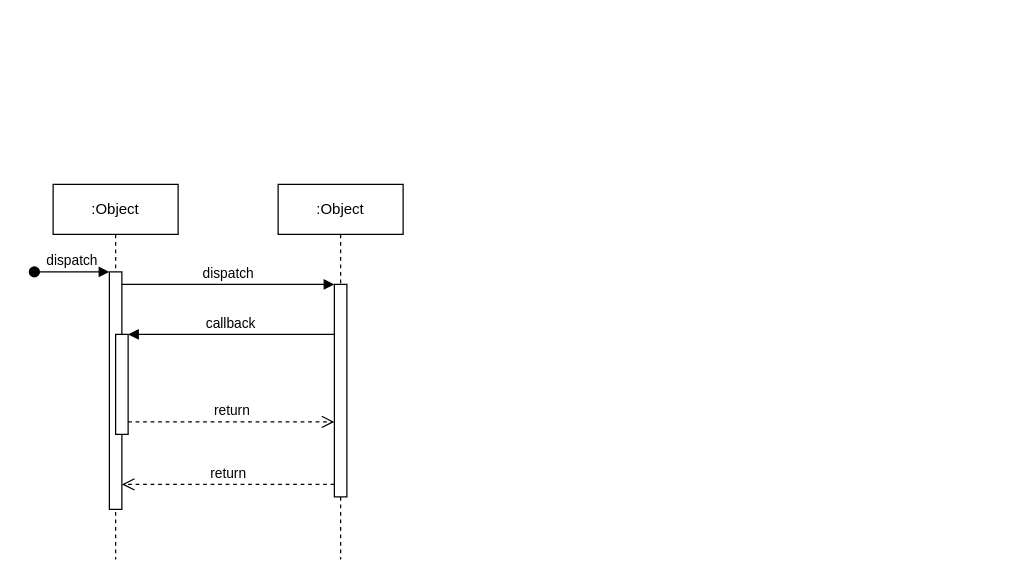
Before: Best Practice/Flutter Design Pattern Bloc Architecture.drawio in fadlurahmanfdev/draw_io, a draw.io diagram. Source tidied: cells renumbered, new cells numbered last; positions are measured from the earlier drawing's top-left corner, leaving out a move shared by most shapes. Both pictures are drawn from the tidied source at 125%, with x=0, y=0 at pixel (34, 184).
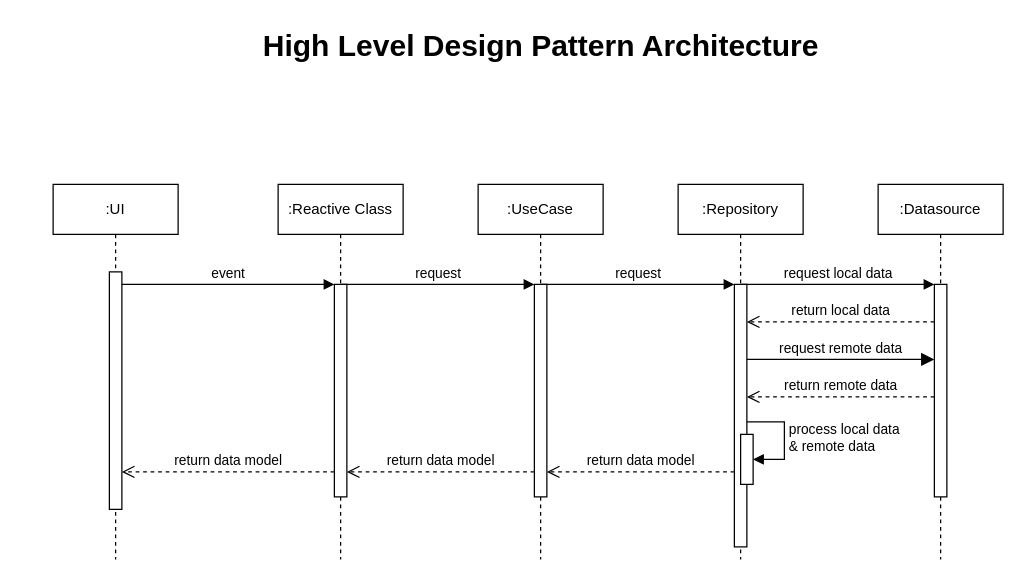
After the change.

The change refers to these unchanged cells:
```xml
<mxCell id="3" style="html=1;points=[];perimeter=orthogonalPerimeter;outlineConnect=0;targetShapes=umlLifeline;portConstraint=eastwest;newEdgeStyle={&quot;edgeStyle&quot;:&quot;elbowEdgeStyle&quot;,&quot;elbow&quot;:&quot;vertical&quot;,&quot;curved&quot;:0,&quot;rounded&quot;:0};" parent="2" vertex="1">
  <mxGeometry x="45" y="70" width="10" height="190" as="geometry" />
</mxCell>
<mxCell id="7" style="html=1;points=[];perimeter=orthogonalPerimeter;outlineConnect=0;targetShapes=umlLifeline;portConstraint=eastwest;newEdgeStyle={&quot;edgeStyle&quot;:&quot;elbowEdgeStyle&quot;,&quot;elbow&quot;:&quot;vertical&quot;,&quot;curved&quot;:0,&quot;rounded&quot;:0};" parent="6" vertex="1">
  <mxGeometry x="45" y="80" width="10" height="170" as="geometry" />
</mxCell>
```

Change to the diagram source:
```diff
@@
-    <mxCell id="2" value=":Object" style="shape=umlLifeline;perimeter=lifelinePerimeter;whiteSpace=wrap;html=1;newEdgeStyle={&quot;edgeStyle&quot;:&quot;elbowEdgeStyle&quot;,&quot;elbow&quot;:&quot;vertical&quot;,&quot;curved&quot;:0,&quot;rounded&quot;:0};" parent="1" vertex="1">
+    <mxCell id="2" value=":UI" style="shape=umlLifeline;perimeter=lifelinePerimeter;whiteSpace=wrap;html=1;newEdgeStyle={&quot;edgeStyle&quot;:&quot;elbowEdgeStyle&quot;,&quot;elbow&quot;:&quot;vertical&quot;,&quot;curved&quot;:0,&quot;rounded&quot;:0};" parent="1" vertex="1">
       <mxGeometry x="15" width="100" height="300" as="geometry" />
     </mxCell>
@@
-    <mxCell id="4" value="dispatch" style="html=1;verticalAlign=bottom;startArrow=oval;endArrow=block;startSize=8;edgeStyle=elbowEdgeStyle;elbow=vertical;curved=0;rounded=0;" parent="2" edge="1" target="3">
-      <mxGeometry relative="1" as="geometry">
-        <mxPoint x="-15" y="70" as="sourcePoint" />
-      </mxGeometry>
-    </mxCell>
-    <mxCell id="5" style="html=1;points=[];perimeter=orthogonalPerimeter;outlineConnect=0;targetShapes=umlLifeline;portConstraint=eastwest;newEdgeStyle={&quot;edgeStyle&quot;:&quot;elbowEdgeStyle&quot;,&quot;elbow&quot;:&quot;vertical&quot;,&quot;curved&quot;:0,&quot;rounded&quot;:0};" parent="2" vertex="1">
-      <mxGeometry x="50" y="120" width="10" height="80" as="geometry" />
-    </mxCell>
-    <mxCell id="6" value=":Object" style="shape=umlLifeline;perimeter=lifelinePerimeter;whiteSpace=wrap;html=1;newEdgeStyle={&quot;edgeStyle&quot;:&quot;elbowEdgeStyle&quot;,&quot;elbow&quot;:&quot;vertical&quot;,&quot;curved&quot;:0,&quot;rounded&quot;:0};" parent="1" vertex="1">
+    <mxCell id="6" value=":Reactive Class" style="shape=umlLifeline;perimeter=lifelinePerimeter;whiteSpace=wrap;html=1;newEdgeStyle={&quot;edgeStyle&quot;:&quot;elbowEdgeStyle&quot;,&quot;elbow&quot;:&quot;vertical&quot;,&quot;curved&quot;:0,&quot;rounded&quot;:0};" parent="1" vertex="1">
       <mxGeometry x="195" width="100" height="300" as="geometry" />
     </mxCell>
@@
-    <mxCell id="8" value="dispatch" style="html=1;verticalAlign=bottom;endArrow=block;edgeStyle=elbowEdgeStyle;elbow=vertical;curved=0;rounded=0;" parent="1" edge="1" source="3" target="7">
+    <mxCell id="8" value="event" style="html=1;verticalAlign=bottom;endArrow=block;edgeStyle=elbowEdgeStyle;elbow=vertical;curved=0;rounded=0;endFill=1;" parent="1" edge="1" source="3" target="7">
       <mxGeometry relative="1" as="geometry">
         <Array as="points">
           <mxPoint x="155" y="80" />
         </Array>
       </mxGeometry>
     </mxCell>
+    <mxCell id="12" value=":UseCase" style="shape=umlLifeline;perimeter=lifelinePerimeter;whiteSpace=wrap;html=1;newEdgeStyle={&quot;edgeStyle&quot;:&quot;elbowEdgeStyle&quot;,&quot;elbow&quot;:&quot;vertical&quot;,&quot;curved&quot;:0,&quot;rounded&quot;:0};" parent="1" vertex="1">
+      <mxGeometry x="355" width="100" height="300" as="geometry" />
+    </mxCell>
+    <mxCell id="13" style="html=1;points=[];perimeter=orthogonalPerimeter;outlineConnect=0;targetShapes=umlLifeline;portConstraint=eastwest;newEdgeStyle={&quot;edgeStyle&quot;:&quot;elbowEdgeStyle&quot;,&quot;elbow&quot;:&quot;vertical&quot;,&quot;curved&quot;:0,&quot;rounded&quot;:0};" parent="12" vertex="1">
+      <mxGeometry x="45" y="80" width="10" height="170" as="geometry" />
+    </mxCell>
+    <mxCell id="14" value=":Repository" style="shape=umlLifeline;perimeter=lifelinePerimeter;whiteSpace=wrap;html=1;newEdgeStyle={&quot;edgeStyle&quot;:&quot;elbowEdgeStyle&quot;,&quot;elbow&quot;:&quot;vertical&quot;,&quot;curved&quot;:0,&quot;rounded&quot;:0};" parent="1" vertex="1">
+      <mxGeometry x="515" width="100" height="300" as="geometry" />
+    </mxCell>
+    <mxCell id="15" style="html=1;points=[];perimeter=orthogonalPerimeter;outlineConnect=0;targetShapes=umlLifeline;portConstraint=eastwest;newEdgeStyle={&quot;edgeStyle&quot;:&quot;elbowEdgeStyle&quot;,&quot;elbow&quot;:&quot;vertical&quot;,&quot;curved&quot;:0,&quot;rounded&quot;:0};" parent="14" vertex="1">
+      <mxGeometry x="45" y="80" width="10" height="210" as="geometry" />
+    </mxCell>
+    <mxCell id="16" style="html=1;points=[[0,0,0,0,5],[0,1,0,0,-5],[1,0,0,0,5],[1,1,0,0,-5]];perimeter=orthogonalPerimeter;outlineConnect=0;targetShapes=umlLifeline;portConstraint=eastwest;newEdgeStyle={&quot;curved&quot;:0,&quot;rounded&quot;:0};" parent="14" vertex="1">
+      <mxGeometry x="50" y="200" width="10" height="40" as="geometry" />
+    </mxCell>
+    <mxCell id="17" value="process local data&amp;nbsp;&lt;div&gt;&amp;amp; remote data&lt;/div&gt;" style="html=1;align=left;spacingLeft=2;endArrow=block;rounded=0;edgeStyle=orthogonalEdgeStyle;curved=0;rounded=0;" parent="14" edge="1" target="16">
+      <mxGeometry relative="1" as="geometry">
+        <mxPoint x="55" y="190" as="sourcePoint" />
+        <Array as="points">
+          <mxPoint x="85" y="220" />
+        </Array>
+      </mxGeometry>
+    </mxCell>
+    <mxCell id="18" value=":Datasource" style="shape=umlLifeline;perimeter=lifelinePerimeter;whiteSpace=wrap;html=1;newEdgeStyle={&quot;edgeStyle&quot;:&quot;elbowEdgeStyle&quot;,&quot;elbow&quot;:&quot;vertical&quot;,&quot;curved&quot;:0,&quot;rounded&quot;:0};" parent="1" vertex="1">
+      <mxGeometry x="675" width="100" height="300" as="geometry" />
+    </mxCell>
+    <mxCell id="19" style="html=1;points=[];perimeter=orthogonalPerimeter;outlineConnect=0;targetShapes=umlLifeline;portConstraint=eastwest;newEdgeStyle={&quot;edgeStyle&quot;:&quot;elbowEdgeStyle&quot;,&quot;elbow&quot;:&quot;vertical&quot;,&quot;curved&quot;:0,&quot;rounded&quot;:0};" parent="18" vertex="1">
+      <mxGeometry x="45" y="80" width="10" height="170" as="geometry" />
+    </mxCell>
+    <mxCell id="20" value="request" style="html=1;verticalAlign=bottom;endArrow=block;edgeStyle=elbowEdgeStyle;elbow=vertical;curved=0;rounded=0;" parent="1" edge="1" target="13">
+      <mxGeometry relative="1" as="geometry">
+        <mxPoint x="245" y="80" as="sourcePoint" />
+        <Array as="points">
+          <mxPoint x="330" y="80" />
+        </Array>
+      </mxGeometry>
+    </mxCell>
+    <mxCell id="21" value="request" style="html=1;verticalAlign=bottom;endArrow=block;edgeStyle=elbowEdgeStyle;elbow=vertical;curved=0;rounded=0;" parent="1" edge="1">
+      <mxGeometry relative="1" as="geometry">
+        <mxPoint x="405" y="80" as="sourcePoint" />
+        <mxPoint x="560" y="80" as="targetPoint" />
+        <Array as="points">
+          <mxPoint x="490" y="80" />
+        </Array>
+      </mxGeometry>
+    </mxCell>
+    <mxCell id="22" value="request local data" style="html=1;verticalAlign=bottom;endArrow=block;edgeStyle=elbowEdgeStyle;elbow=vertical;curved=0;rounded=0;" parent="1" edge="1">
+      <mxGeometry relative="1" as="geometry">
+        <mxPoint x="565" y="80" as="sourcePoint" />
+        <mxPoint x="720" y="80" as="targetPoint" />
+        <Array as="points">
+          <mxPoint x="650" y="80" />
+        </Array>
+      </mxGeometry>
+    </mxCell>
+    <mxCell id="23" value="return local data" style="html=1;verticalAlign=bottom;endArrow=open;dashed=1;endSize=8;edgeStyle=elbowEdgeStyle;elbow=vertical;curved=0;rounded=0;" parent="1" edge="1">
+      <mxGeometry relative="1" as="geometry">
+        <mxPoint x="720" y="110" as="sourcePoint" />
+        <mxPoint x="570" y="110" as="targetPoint" />
+        <Array as="points">
+          <mxPoint x="670" y="110" />
+        </Array>
+      </mxGeometry>
+    </mxCell>
+    <mxCell id="24" value="request remote data" style="html=1;verticalAlign=bottom;endArrow=block;endSize=8;edgeStyle=elbowEdgeStyle;elbow=vertical;curved=0;rounded=0;endFill=1;" parent="1" edge="1">
+      <mxGeometry relative="1" as="geometry">
+        <mxPoint x="570" y="140" as="sourcePoint" />
+        <mxPoint x="720" y="140" as="targetPoint" />
+        <Array as="points">
+          <mxPoint x="655" y="140" />
+        </Array>
+      </mxGeometry>
+    </mxCell>
+    <mxCell id="25" value="return remote data" style="html=1;verticalAlign=bottom;endArrow=open;dashed=1;endSize=8;edgeStyle=elbowEdgeStyle;elbow=vertical;curved=0;rounded=0;" parent="1" edge="1" source="19" target="15">
+      <mxGeometry relative="1" as="geometry">
+        <Array as="points">
+          <mxPoint x="665" y="170" />
+        </Array>
+      </mxGeometry>
+    </mxCell>
+    <mxCell id="26" value="return data model" style="html=1;verticalAlign=bottom;endArrow=open;dashed=1;endSize=8;edgeStyle=elbowEdgeStyle;elbow=vertical;curved=0;rounded=0;" parent="1" edge="1" source="15" target="13">
+      <mxGeometry relative="1" as="geometry">
+        <Array as="points">
+          <mxPoint x="480" y="230" />
+        </Array>
+      </mxGeometry>
+    </mxCell>
+    <mxCell id="27" value="return data model" style="html=1;verticalAlign=bottom;endArrow=open;dashed=1;endSize=8;edgeStyle=elbowEdgeStyle;elbow=vertical;curved=0;rounded=0;" parent="1" edge="1" source="13" target="7">
+      <mxGeometry relative="1" as="geometry">
+        <Array as="points">
+          <mxPoint x="315" y="230" />
+        </Array>
+      </mxGeometry>
+    </mxCell>
-    <mxCell id="9" value="return" style="html=1;verticalAlign=bottom;endArrow=open;dashed=1;endSize=8;edgeStyle=elbowEdgeStyle;elbow=vertical;curved=0;rounded=0;" parent="1" edge="1" source="7" target="3">
+    <mxCell id="9" value="return data model" style="html=1;verticalAlign=bottom;endArrow=open;dashed=1;endSize=8;edgeStyle=elbowEdgeStyle;elbow=vertical;curved=0;rounded=0;" parent="1" edge="1" source="7" target="3">
       <mxGeometry relative="1" as="geometry">
         <Array as="points">
-          <mxPoint x="165" y="240" />
+          <mxPoint x="145" y="230" />
         </Array>
       </mxGeometry>
     </mxCell>
-    <mxCell id="10" value="callback" style="html=1;verticalAlign=bottom;endArrow=block;edgeStyle=elbowEdgeStyle;elbow=vertical;curved=0;rounded=0;" parent="1" edge="1" source="7" target="5">
-      <mxGeometry relative="1" as="geometry">
-        <Array as="points">
-          <mxPoint x="165" y="120" />
-        </Array>
-      </mxGeometry>
-    </mxCell>
-    <mxCell id="11" value="return" style="html=1;verticalAlign=bottom;endArrow=open;dashed=1;endSize=8;edgeStyle=elbowEdgeStyle;elbow=vertical;curved=0;rounded=0;" parent="1" edge="1" source="5" target="7">
-      <mxGeometry relative="1" as="geometry">
-        <Array as="points">
-          <mxPoint x="155" y="190" />
-        </Array>
-      </mxGeometry>
-    </mxCell>
+    <mxCell id="28" value="High Level Design Pattern Architecture" style="text;strokeColor=none;fillColor=none;html=1;fontSize=24;fontStyle=1;verticalAlign=middle;align=center;" parent="1" vertex="1">
+      <mxGeometry x="355" y="-130" width="100" height="40" as="geometry" />
+    </mxCell>
```
